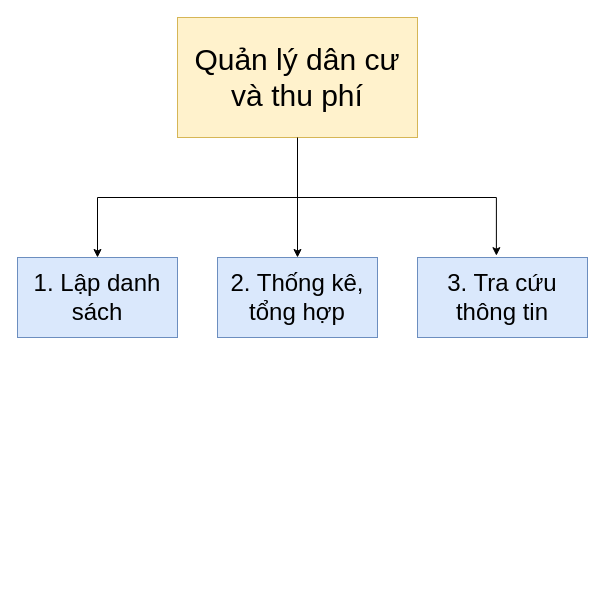
Before: Biểu đồ không có tiêu đề.drawio in HARKINGS/UML, a draw.io diagram. Source tidied: cells renumbered, new cells numbered last; positions are measured from the earlier drawing's top-left corner, leaving out a move shared by most shapes. Both pictures are drawn from the tidied source at 100%, with x=0, y=0 at pixel (17, 17).
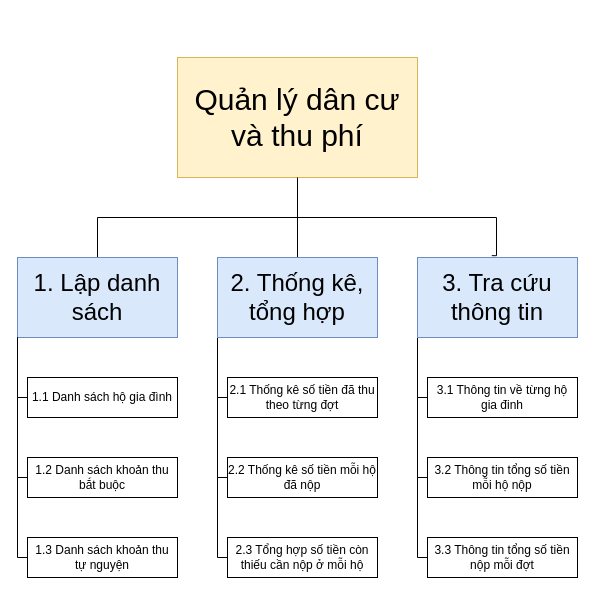
The same diagram, later.

Commit message (it also covers changes not shown here):
Cập nhật Biểu đồ không có tiêu đề.drawio

The change refers to these unchanged cells:
```xml
<mxCell id="5" value="&lt;font style=&quot;font-size: 24px;&quot;&gt;1. Lập danh sách&lt;/font&gt;" style="rounded=0;whiteSpace=wrap;html=1;fillColor=#dae8fc;strokeColor=#6c8ebf;" parent="1" vertex="1">
  <mxGeometry y="240" width="160" height="80" as="geometry" />
</mxCell>
<mxCell id="6" value="&lt;font style=&quot;font-size: 24px;&quot;&gt;2. Thống kê, tổng hợp&lt;/font&gt;" style="rounded=0;whiteSpace=wrap;html=1;fillColor=#dae8fc;strokeColor=#6c8ebf;" parent="1" vertex="1">
  <mxGeometry x="200" y="240" width="160" height="80" as="geometry" />
</mxCell>
```

Change to the diagram source:
```diff
@@
-    <mxCell id="2" style="edgeStyle=orthogonalEdgeStyle;rounded=0;jettySize=auto;html=1;entryX=0.5;entryY=0;entryDx=0;entryDy=0;" parent="1" edge="1" source="4" target="5">
-      <mxGeometry relative="1" as="geometry" />
+    <mxCell id="2" style="edgeStyle=orthogonalEdgeStyle;rounded=0;jettySize=auto;html=1;entryX=0.5;entryY=0;entryDx=0;entryDy=0;endArrow=none;endFill=0;" parent="1" edge="1" source="4" target="5">
+      <mxGeometry relative="1" as="geometry">
+        <Array as="points">
+          <mxPoint x="280" y="200" />
+          <mxPoint x="80" y="200" />
+        </Array>
+      </mxGeometry>
     </mxCell>
-    <mxCell id="3" style="edgeStyle=orthogonalEdgeStyle;rounded=0;jettySize=auto;html=1;exitX=0.5;exitY=1;exitDx=0;exitDy=0;entryX=0.5;entryY=0;entryDx=0;entryDy=0;" parent="1" edge="1" source="4" target="6">
+    <mxCell id="3" style="edgeStyle=orthogonalEdgeStyle;rounded=0;jettySize=auto;html=1;exitX=0.5;exitY=1;exitDx=0;exitDy=0;entryX=0.5;entryY=0;entryDx=0;entryDy=0;endArrow=none;endFill=0;" parent="1" edge="1" source="4" target="6">
       <mxGeometry relative="1" as="geometry" />
     </mxCell>
     <mxCell id="4" value="&lt;font style=&quot;font-size: 30px;&quot;&gt;Quản lý dân cư và thu phí&lt;/font&gt;" style="rounded=0;whiteSpace=wrap;html=1;fillColor=#fff2cc;strokeColor=#d6b656;" parent="1" vertex="1">
-      <mxGeometry x="160" width="240" height="120" as="geometry" />
+      <mxGeometry x="160" y="40" width="240" height="120" as="geometry" />
     </mxCell>
@@
+    <mxCell id="9" style="edgeStyle=orthogonalEdgeStyle;rounded=0;jettySize=auto;html=1;exitX=0;exitY=1;exitDx=0;exitDy=0;entryX=0;entryY=0.5;entryDx=0;entryDy=0;endArrow=none;endFill=0;" parent="1" edge="1" source="6" target="19">
+      <mxGeometry relative="1" as="geometry">
+        <Array as="points">
+          <mxPoint x="200" y="540" />
+        </Array>
+      </mxGeometry>
+    </mxCell>
+    <mxCell id="10" style="edgeStyle=orthogonalEdgeStyle;rounded=0;jettySize=auto;html=1;exitX=0;exitY=1;exitDx=0;exitDy=0;entryX=0;entryY=0.5;entryDx=0;entryDy=0;endArrow=none;endFill=0;" parent="1" edge="1" source="6" target="16">
+      <mxGeometry relative="1" as="geometry">
+        <Array as="points">
+          <mxPoint x="200" y="380" />
+        </Array>
+      </mxGeometry>
+    </mxCell>
+    <mxCell id="11" style="edgeStyle=orthogonalEdgeStyle;rounded=0;jettySize=auto;html=1;exitX=0;exitY=1;exitDx=0;exitDy=0;entryX=0;entryY=0.5;entryDx=0;entryDy=0;endArrow=none;endFill=0;" parent="1" edge="1" source="6" target="18">
+      <mxGeometry relative="1" as="geometry">
+        <Array as="points">
+          <mxPoint x="200" y="460" />
+        </Array>
+      </mxGeometry>
+    </mxCell>
@@
+    <mxCell id="12" style="edgeStyle=orthogonalEdgeStyle;rounded=0;jettySize=auto;html=1;exitX=0;exitY=1;exitDx=0;exitDy=0;entryX=0;entryY=0.5;entryDx=0;entryDy=0;endArrow=none;endFill=0;" parent="1" edge="1" source="7" target="20">
+      <mxGeometry relative="1" as="geometry">
+        <Array as="points">
+          <mxPoint x="400" y="540" />
+        </Array>
+      </mxGeometry>
+    </mxCell>
+    <mxCell id="13" style="edgeStyle=orthogonalEdgeStyle;rounded=0;jettySize=auto;html=1;exitX=0;exitY=1;exitDx=0;exitDy=0;entryX=0;entryY=0.5;entryDx=0;entryDy=0;endArrow=none;endFill=0;" parent="1" edge="1" source="7" target="15">
+      <mxGeometry relative="1" as="geometry">
+        <Array as="points">
+          <mxPoint x="400" y="380" />
+        </Array>
+      </mxGeometry>
+    </mxCell>
+    <mxCell id="14" style="edgeStyle=orthogonalEdgeStyle;rounded=0;jettySize=auto;html=1;exitX=0;exitY=1;exitDx=0;exitDy=0;entryX=0;entryY=0.5;entryDx=0;entryDy=0;endArrow=none;endFill=0;" parent="1" edge="1" source="7" target="17">
+      <mxGeometry relative="1" as="geometry">
+        <Array as="points">
+          <mxPoint x="400" y="460" />
+        </Array>
+      </mxGeometry>
+    </mxCell>
     <mxCell id="7" value="&lt;font style=&quot;font-size: 24px;&quot;&gt;3. Tra cứu thông tin&lt;/font&gt;" style="rounded=0;whiteSpace=wrap;html=1;fillColor=#dae8fc;strokeColor=#6c8ebf;" parent="1" vertex="1">
-      <mxGeometry x="400" y="240" width="170" height="80" as="geometry" />
+      <mxGeometry x="400" y="240" width="160" height="80" as="geometry" />
     </mxCell>
-    <mxCell id="8" style="edgeStyle=orthogonalEdgeStyle;rounded=0;jettySize=auto;html=1;exitX=0.5;exitY=1;exitDx=0;exitDy=0;entryX=0.464;entryY=-0.023;entryDx=0;entryDy=0;entryPerimeter=0;" parent="1" edge="1" source="4" target="7">
+    <mxCell id="8" style="edgeStyle=orthogonalEdgeStyle;rounded=0;jettySize=auto;html=1;exitX=0.5;exitY=1;exitDx=0;exitDy=0;entryX=0.464;entryY=-0.023;entryDx=0;entryDy=0;entryPerimeter=0;endArrow=none;endFill=0;" parent="1" edge="1" source="4" target="7">
       <mxGeometry relative="1" as="geometry">
         <Array as="points">
-          <mxPoint x="280" y="180" />
-          <mxPoint x="479" y="180" />
+          <mxPoint x="280" y="200" />
+          <mxPoint x="479" y="200" />
+          <mxPoint x="479" y="238" />
         </Array>
       </mxGeometry>
     </mxCell>
+    <mxCell id="15" value="3.1 Thông tin về từng hộ gia đinh" style="rounded=0;whiteSpace=wrap;html=1;" parent="1" vertex="1">
+      <mxGeometry x="410" y="360" width="150" height="40" as="geometry" />
+    </mxCell>
+    <mxCell id="16" value="2.1 Thống kê số tiền đã thu theo từng đợt" style="rounded=0;whiteSpace=wrap;html=1;" parent="1" vertex="1">
+      <mxGeometry x="210" y="360" width="150" height="40" as="geometry" />
+    </mxCell>
+    <mxCell id="17" value="3.2 Thông tin tổng số tiền mỗi hộ nộp" style="rounded=0;whiteSpace=wrap;html=1;" parent="1" vertex="1">
+      <mxGeometry x="410" y="440" width="150" height="40" as="geometry" />
+    </mxCell>
+    <mxCell id="18" value="2.2 Thống kê số tiền mỗi hộ đã nộp" style="rounded=0;whiteSpace=wrap;html=1;" parent="1" vertex="1">
+      <mxGeometry x="210" y="440" width="150" height="40" as="geometry" />
+    </mxCell>
+    <mxCell id="19" value="2.3 Tổng hợp số tiền còn thiếu cần nộp ở mỗi hộ" style="rounded=0;whiteSpace=wrap;html=1;" parent="1" vertex="1">
+      <mxGeometry x="210" y="520" width="150" height="40" as="geometry" />
+    </mxCell>
+    <mxCell id="20" value="3.3 Thông tin tổng số tiền nộp mỗi đợt" style="rounded=0;whiteSpace=wrap;html=1;" parent="1" vertex="1">
+      <mxGeometry x="410" y="520" width="150" height="40" as="geometry" />
+    </mxCell>
+    <mxCell id="21" style="group;" parent="1" vertex="1">
+      <mxGeometry y="360" width="160" height="200" as="geometry" />
+    </mxCell>
+    <mxCell id="22" style="edgeStyle=orthogonalEdgeStyle;rounded=0;jettySize=auto;html=1;exitX=0;exitY=1;exitDx=0;exitDy=0;entryX=0;entryY=0.5;entryDx=0;entryDy=0;endArrow=none;endFill=0;" parent="21" edge="1" source="5" target="25">
+      <mxGeometry relative="1" as="geometry">
+        <Array as="points">
+          <mxPoint y="20" />
+        </Array>
+      </mxGeometry>
+    </mxCell>
+    <mxCell id="23" style="edgeStyle=orthogonalEdgeStyle;rounded=0;jettySize=auto;html=1;exitX=0;exitY=1;exitDx=0;exitDy=0;entryX=0;entryY=0.5;entryDx=0;entryDy=0;endArrow=none;endFill=0;" parent="21" edge="1" source="5" target="26">
+      <mxGeometry relative="1" as="geometry">
+        <Array as="points">
+          <mxPoint y="100" />
+        </Array>
+      </mxGeometry>
+    </mxCell>
+    <mxCell id="24" style="edgeStyle=orthogonalEdgeStyle;rounded=0;jettySize=auto;html=1;exitX=0;exitY=1;exitDx=0;exitDy=0;entryX=0;entryY=0.5;entryDx=0;entryDy=0;endArrow=none;endFill=0;" parent="21" edge="1" source="5" target="27">
+      <mxGeometry relative="1" as="geometry">
+        <Array as="points">
+          <mxPoint y="180" />
+        </Array>
+      </mxGeometry>
+    </mxCell>
+    <mxCell id="25" value="1.1 Danh sách hộ gia đình" style="rounded=0;whiteSpace=wrap;html=1;" parent="21" vertex="1">
+      <mxGeometry x="10" width="150" height="40" as="geometry" />
+    </mxCell>
+    <mxCell id="26" value="1.2 Danh sách khoản thu bắt buộc" style="rounded=0;whiteSpace=wrap;html=1;" parent="21" vertex="1">
+      <mxGeometry x="10" y="80" width="150" height="40" as="geometry" />
+    </mxCell>
+    <mxCell id="27" value="1.3 Danh sách khoản thu tự nguyện" style="rounded=0;whiteSpace=wrap;html=1;" parent="21" vertex="1">
+      <mxGeometry x="10" y="160" width="150" height="40" as="geometry" />
+    </mxCell>
```
